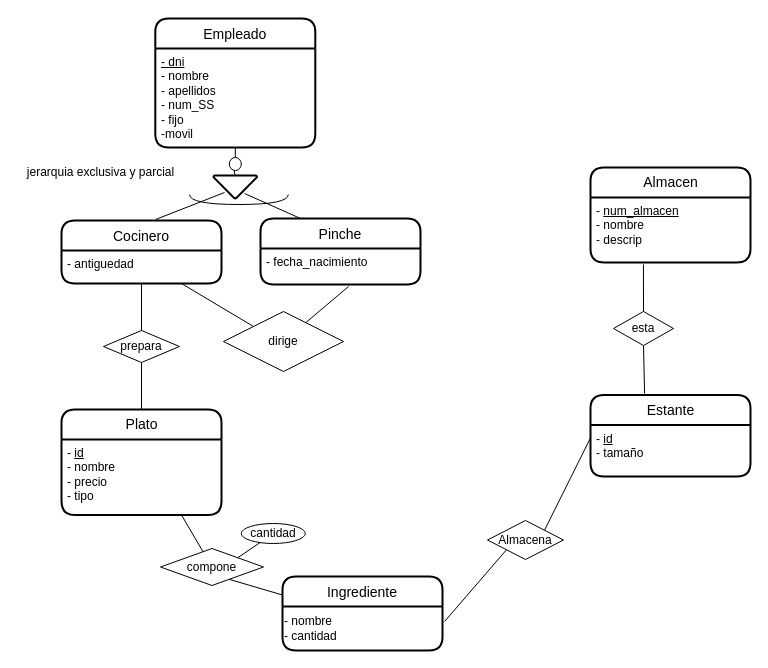
Above: ex13.drawio in JuanMarinG/TA12_MYSQL (draw.io), before the change. Source tidied: cells renumbered, new cells numbered last; positions are measured from the earlier drawing's top-left corner, leaving out a move shared by most shapes. Both pictures are drawn from the tidied source at 100%, with x=0, y=0 at pixel (17, 18).
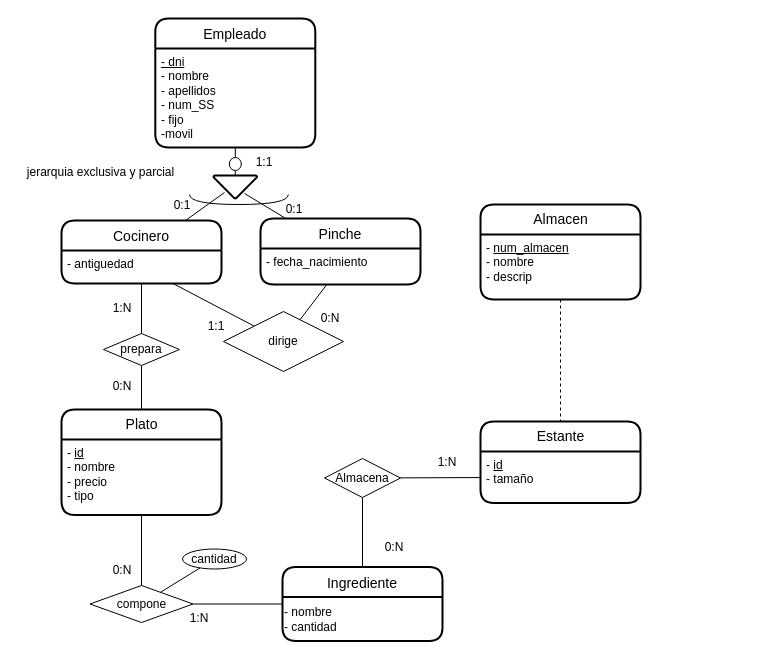
Above is the later version.

The change refers to these unchanged cells:
```xml
<mxCell id="3" value="&lt;u&gt;- dni&lt;/u&gt;&lt;br&gt;- nombre&lt;br&gt;- apellidos&lt;br&gt;- num_SS&lt;br&gt;- fijo&lt;br&gt;-movil" style="align=left;strokeColor=none;fillColor=none;spacingLeft=4;fontSize=12;verticalAlign=top;fontStyle=0;html=1;" parent="2" vertex="1">
  <mxGeometry y="30" width="160" height="99" as="geometry" />
</mxCell>
<mxCell id="4" value="Cocinero" style="swimlane;horizontal=1;startSize=30;rounded=1;fontSize=14;fontStyle=0;strokeWidth=2;shadow=0;dashed=0;align=center;" parent="1" vertex="1">
  <mxGeometry x="44" y="202" width="160" height="63" as="geometry" />
</mxCell>
<mxCell id="5" value="- antiguedad" style="align=left;strokeColor=none;fillColor=none;spacingLeft=4;fontSize=12;verticalAlign=top;" parent="4" vertex="1">
  <mxGeometry y="30" width="160" height="33" as="geometry" />
</mxCell>
<mxCell id="6" value="Pinche" style="swimlane;horizontal=1;startSize=30;rounded=1;fontSize=14;fontStyle=0;strokeWidth=2;shadow=0;dashed=0;align=center;" parent="1" vertex="1">
  <mxGeometry x="243" y="200" width="160" height="66" as="geometry" />
</mxCell>
<mxCell id="7" value="- fecha_nacimiento" style="align=left;strokeColor=none;fillColor=none;spacingLeft=4;fontSize=12;verticalAlign=top;" parent="6" vertex="1">
  <mxGeometry y="30" width="160" height="36" as="geometry" />
</mxCell>
<mxCell id="10" style="strokeWidth=2;html=1;shape=mxgraph.flowchart.merge_or_storage;whiteSpace=wrap;" parent="1" vertex="1">
  <mxGeometry x="196" y="157" width="43.5" height="23" as="geometry" />
</mxCell>
<mxCell id="12" style="verticalLabelPosition=bottom;verticalAlign=top;html=1;shape=mxgraph.flowchart.on-page_reference;" parent="1" vertex="1">
  <mxGeometry x="211.8" y="139" width="12" height="13" as="geometry" />
</mxCell>
<mxCell id="17" value="&lt;div&gt;- nombre&lt;/div&gt;&lt;div&gt;- cantidad&lt;br&gt;&lt;/div&gt;" style="text;html=1;align=left;verticalAlign=middle;points=[];strokeColor=none;fillColor=none;" parent="16" vertex="1">
  <mxGeometry y="30" width="160" height="44" as="geometry" />
</mxCell>
<mxCell id="18" value="Plato" style="swimlane;horizontal=1;startSize=30;rounded=1;fontSize=14;fontStyle=0;strokeWidth=2;shadow=0;dashed=0;align=center;html=1;" parent="1" vertex="1">
  <mxGeometry x="44" y="391" width="160" height="105.5" as="geometry" />
</mxCell>
<mxCell id="19" value="&lt;div&gt;- &lt;u&gt;id&lt;/u&gt;&lt;/div&gt;&lt;div&gt;- nombre&lt;/div&gt;&lt;div&gt;- precio&lt;/div&gt;&lt;div&gt;- tipo&lt;br&gt;&lt;/div&gt;" style="align=left;strokeColor=none;fillColor=none;spacingLeft=4;fontSize=12;verticalAlign=top;html=1;" parent="18" vertex="1">
  <mxGeometry y="30" width="160" height="75.5" as="geometry" />
</mxCell>
<mxCell id="23" value="&lt;div&gt;- &lt;u&gt;num_almacen&lt;/u&gt;&lt;/div&gt;&lt;div&gt;- nombre&lt;/div&gt;&lt;div&gt;- descrip&lt;br&gt;&lt;/div&gt;" style="align=left;strokeColor=none;fillColor=none;spacingLeft=4;fontSize=12;verticalAlign=top;html=1;" parent="22" vertex="1">
  <mxGeometry y="30" width="160" height="65" as="geometry" />
</mxCell>
<mxCell id="25" value="&lt;div&gt;- &lt;u&gt;id&lt;/u&gt;&lt;/div&gt;&lt;div&gt;- tamaño&lt;br&gt;&lt;/div&gt;" style="align=left;strokeColor=none;fillColor=none;spacingLeft=4;fontSize=12;verticalAlign=top;html=1;" parent="24" vertex="1">
  <mxGeometry y="30" width="160" height="51.5" as="geometry" />
</mxCell>
<mxCell id="28" value="dirige" style="shape=rhombus;perimeter=rhombusPerimeter;whiteSpace=wrap;html=1;align=center;" parent="1" vertex="1">
  <mxGeometry x="206" y="293" width="120" height="60" as="geometry" />
</mxCell>
```

What changed in the source:
```diff
@@
-    <mxCell id="8" style="endArrow=none;html=1;rounded=0;exitX=0.4;exitY=1.01;exitDx=0;exitDy=0;exitPerimeter=0;entryX=0.5;entryY=0;entryDx=0;entryDy=0;entryPerimeter=0;startArrow=none;" parent="1" edge="1" source="12" target="10">
+    <mxCell id="8" style="endArrow=none;html=1;rounded=0;entryX=0.5;entryY=0;entryDx=0;entryDy=0;entryPerimeter=0;startArrow=none;" parent="1" edge="1" source="12" target="10">
       <mxGeometry relative="1" as="geometry" />
     </mxCell>
-    <mxCell id="9" style="endArrow=none;html=1;rounded=0;exitX=0.588;exitY=-0.016;exitDx=0;exitDy=0;exitPerimeter=0;entryX=0.253;entryY=0.739;entryDx=0;entryDy=0;entryPerimeter=0;" parent="1" edge="1" source="4" target="10">
+    <mxCell id="9" style="endArrow=none;html=1;rounded=0;entryX=0.253;entryY=0.739;entryDx=0;entryDy=0;entryPerimeter=0;" parent="1" edge="1" source="4" target="10">
       <mxGeometry relative="1" as="geometry" />
     </mxCell>
@@
-    <mxCell id="11" style="endArrow=none;html=1;rounded=0;exitX=0.713;exitY=0.783;exitDx=0;exitDy=0;exitPerimeter=0;entryX=0.25;entryY=0;entryDx=0;entryDy=0;" parent="1" edge="1" source="10" target="6">
+    <mxCell id="11" style="endArrow=none;html=1;rounded=0;exitX=0.713;exitY=0.783;exitDx=0;exitDy=0;exitPerimeter=0;" parent="1" edge="1" source="10" target="6">
       <mxGeometry relative="1" as="geometry" />
     </mxCell>
@@
-    <mxCell id="13" style="endArrow=none;html=1;rounded=0;exitX=0.5;exitY=1;exitDx=0;exitDy=0;entryX=0.5;entryY=0;entryDx=0;entryDy=0;entryPerimeter=0;" parent="1" edge="1" source="3" target="12">
+    <mxCell id="13" style="endArrow=none;html=1;rounded=0;" parent="1" edge="1" source="3" target="12">
       <mxGeometry relative="1" as="geometry" />
     </mxCell>
@@
     <mxCell id="16" value="Ingrediente" style="swimlane;horizontal=1;startSize=30;rounded=1;fontSize=14;fontStyle=0;strokeWidth=2;shadow=0;dashed=0;align=center;" parent="1" vertex="1">
-      <mxGeometry x="265" y="558" width="160" height="74" as="geometry" />
+      <mxGeometry x="265" y="548.5" width="160" height="74" as="geometry" />
     </mxCell>
@@
-    <mxCell id="20" style="endArrow=none;html=1;rounded=0;exitX=0.5;exitY=1;exitDx=0;exitDy=0;" parent="1" edge="1" source="5" target="18">
+    <mxCell id="20" style="endArrow=none;html=1;rounded=0;" parent="1" edge="1" source="21" target="18">
       <mxGeometry relative="1" as="geometry" />
     </mxCell>
     <mxCell id="21" value="prepara" style="shape=rhombus;perimeter=rhombusPerimeter;whiteSpace=wrap;html=1;align=center;" parent="1" vertex="1">
-      <mxGeometry x="86" y="312" width="76" height="32" as="geometry" />
+      <mxGeometry x="86" y="315" width="76" height="32" as="geometry" />
     </mxCell>
     <mxCell id="22" value="Almacen" style="swimlane;horizontal=1;startSize=30;rounded=1;fontSize=14;fontStyle=0;strokeWidth=2;shadow=0;dashed=0;align=center;html=1;" parent="1" vertex="1">
-      <mxGeometry x="573" y="149" width="160" height="95" as="geometry" />
+      <mxGeometry x="463" y="186" width="160" height="95" as="geometry" />
     </mxCell>
@@
     <mxCell id="24" value="Estante" style="swimlane;horizontal=1;startSize=30;rounded=1;fontSize=14;fontStyle=0;strokeWidth=2;shadow=0;dashed=0;align=center;html=1;" parent="1" vertex="1">
-      <mxGeometry x="573" y="376.5" width="160" height="81.5" as="geometry" />
+      <mxGeometry x="463" y="403" width="160" height="81.5" as="geometry" />
     </mxCell>
@@
-    <mxCell id="26" style="endArrow=none;html=1;rounded=0;exitX=0.75;exitY=1;exitDx=0;exitDy=0;entryX=0;entryY=0;entryDx=0;entryDy=0;" parent="1" edge="1" source="5" target="28">
+    <mxCell id="26" style="endArrow=none;html=1;rounded=0;" parent="1" edge="1" source="5" target="28">
       <mxGeometry relative="1" as="geometry" />
     </mxCell>
-    <mxCell id="27" style="endArrow=none;html=1;rounded=0;exitX=0.55;exitY=1.056;exitDx=0;exitDy=0;exitPerimeter=0;" parent="1" edge="1" source="7" target="28">
+    <mxCell id="27" style="endArrow=none;html=1;rounded=0;" parent="1" edge="1" source="7" target="28">
       <mxGeometry relative="1" as="geometry" />
     </mxCell>
@@
-    <mxCell id="29" style="endArrow=none;html=1;rounded=0;exitX=1;exitY=0;exitDx=0;exitDy=0;entryX=0;entryY=0.25;entryDx=0;entryDy=0;startArrow=none;" parent="1" edge="1" source="34" target="25">
+    <mxCell id="29" style="endArrow=none;html=1;rounded=0;startArrow=none;" parent="1" edge="1" source="34" target="25">
       <mxGeometry relative="1" as="geometry" />
     </mxCell>
-    <mxCell id="30" style="endArrow=none;html=1;rounded=0;entryX=0;entryY=0.25;entryDx=0;entryDy=0;exitX=0.75;exitY=1;exitDx=0;exitDy=0;startArrow=none;" parent="1" edge="1" source="32" target="16">
+    <mxCell id="30" style="endArrow=none;html=1;rounded=0;startArrow=none;" parent="1" edge="1" source="32" target="16">
       <mxGeometry relative="1" as="geometry" />
     </mxCell>
-    <mxCell id="31" style="endArrow=none;html=1;rounded=0;exitX=0.5;exitY=1;exitDx=0;exitDy=0;entryX=0.338;entryY=-0.017;entryDx=0;entryDy=0;entryPerimeter=0;startArrow=none;" parent="1" edge="1" source="36" target="24">
+    <mxCell id="31" style="endArrow=none;html=1;rounded=0;startArrow=none;dashed=1;" parent="1" edge="1" source="23" target="24">
       <mxGeometry relative="1" as="geometry" />
     </mxCell>
     <mxCell id="32" value="compone" style="shape=rhombus;perimeter=rhombusPerimeter;whiteSpace=wrap;html=1;align=center;" parent="1" vertex="1">
-      <mxGeometry x="143" y="530" width="103" height="37" as="geometry" />
+      <mxGeometry x="72.5" y="567" width="103" height="37" as="geometry" />
     </mxCell>
-    <mxCell id="33" style="endArrow=none;html=1;rounded=0;exitX=0.75;exitY=1;exitDx=0;exitDy=0;" parent="1" edge="1" source="19" target="32">
+    <mxCell id="33" style="endArrow=none;html=1;rounded=0;" parent="1" edge="1" source="19" target="32">
       <mxGeometry relative="1" as="geometry" />
     </mxCell>
     <mxCell id="34" value="Almacena" style="shape=rhombus;perimeter=rhombusPerimeter;whiteSpace=wrap;html=1;align=center;" parent="1" vertex="1">
-      <mxGeometry x="470" y="502" width="76" height="39" as="geometry" />
+      <mxGeometry x="307" y="440" width="76" height="39" as="geometry" />
     </mxCell>
-    <mxCell id="35" style="endArrow=none;html=1;rounded=0;exitX=1.013;exitY=0.341;exitDx=0;exitDy=0;exitPerimeter=0;entryX=0;entryY=1;entryDx=0;entryDy=0;" parent="1" edge="1" source="17" target="34">
+    <mxCell id="35" style="endArrow=none;html=1;rounded=0;" parent="1" edge="1" source="16" target="34">
       <mxGeometry relative="1" as="geometry" />
     </mxCell>
-    <mxCell id="36" value="esta" style="shape=rhombus;perimeter=rhombusPerimeter;whiteSpace=wrap;html=1;align=center;" parent="1" vertex="1">
-      <mxGeometry x="596" y="293" width="60" height="34" as="geometry" />
-    </mxCell>
-    <mxCell id="37" style="endArrow=none;html=1;rounded=0;exitX=0.331;exitY=1.031;exitDx=0;exitDy=0;exitPerimeter=0;entryX=0.5;entryY=0;entryDx=0;entryDy=0;" parent="1" edge="1" source="23" target="36">
-      <mxGeometry relative="1" as="geometry" />
-    </mxCell>
-    <mxCell id="38" style="endArrow=none;html=1;rounded=0;exitX=1;exitY=0;exitDx=0;exitDy=0;" parent="1" edge="1" source="32" target="39">
+    <mxCell id="38" style="endArrow=none;html=1;rounded=0;" parent="1" edge="1" source="32" target="39">
       <mxGeometry relative="1" as="geometry" />
     </mxCell>
     <mxCell id="39" value="cantidad" style="ellipse;whiteSpace=wrap;html=1;align=center;" parent="1" vertex="1">
-      <mxGeometry x="223.8" y="505" width="64" height="20" as="geometry" />
+      <mxGeometry x="165" y="530.5" width="64" height="20" as="geometry" />
     </mxCell>
+    <mxCell id="40" style="endArrow=none;html=1;rounded=0;" parent="1" edge="1" source="5" target="21">
+      <mxGeometry relative="1" as="geometry" />
+    </mxCell>
+    <mxCell id="41" value="0:N" style="text;html=1;strokeColor=none;fillColor=none;align=center;verticalAlign=middle;whiteSpace=wrap;rounded=0;" parent="1" vertex="1">
+      <mxGeometry x="75" y="537" width="60" height="30" as="geometry" />
+    </mxCell>
+    <mxCell id="42" value="1:N" style="text;html=1;strokeColor=none;fillColor=none;align=center;verticalAlign=middle;whiteSpace=wrap;rounded=0;" parent="1" vertex="1">
+      <mxGeometry x="151.8" y="585" width="60" height="30" as="geometry" />
+    </mxCell>
+    <mxCell id="43" value="1:1" style="text;html=1;strokeColor=none;fillColor=none;align=center;verticalAlign=middle;whiteSpace=wrap;rounded=0;" parent="1" vertex="1">
+      <mxGeometry x="169" y="293" width="60" height="30" as="geometry" />
+    </mxCell>
+    <mxCell id="44" value="1:N" style="text;html=1;strokeColor=none;fillColor=none;align=center;verticalAlign=middle;whiteSpace=wrap;rounded=0;" parent="1" vertex="1">
+      <mxGeometry x="75" y="275" width="60" height="30" as="geometry" />
+    </mxCell>
+    <mxCell id="45" value="0:N" style="text;html=1;strokeColor=none;fillColor=none;align=center;verticalAlign=middle;whiteSpace=wrap;rounded=0;" parent="1" vertex="1">
+      <mxGeometry x="75" y="353" width="60" height="30" as="geometry" />
+    </mxCell>
+    <mxCell id="46" value="1:N" style="text;html=1;strokeColor=none;fillColor=none;align=center;verticalAlign=middle;whiteSpace=wrap;rounded=0;" parent="1" vertex="1">
+      <mxGeometry x="400" y="428.8" width="60" height="30" as="geometry" />
+    </mxCell>
+    <mxCell id="47" value="0:N" style="text;html=1;strokeColor=none;fillColor=none;align=center;verticalAlign=middle;whiteSpace=wrap;rounded=0;" parent="1" vertex="1">
+      <mxGeometry x="347" y="514" width="60" height="30" as="geometry" />
+    </mxCell>
+    <mxCell id="48" value="0:N" style="text;html=1;strokeColor=none;fillColor=none;align=center;verticalAlign=middle;whiteSpace=wrap;rounded=0;" parent="1" vertex="1">
+      <mxGeometry x="283" y="285" width="60" height="30" as="geometry" />
+    </mxCell>
+    <mxCell id="49" value="0:1" style="text;html=1;strokeColor=none;fillColor=none;align=center;verticalAlign=middle;whiteSpace=wrap;rounded=0;" parent="1" vertex="1">
+      <mxGeometry x="135" y="172" width="60" height="30" as="geometry" />
+    </mxCell>
+    <mxCell id="50" value="0:1" style="text;html=1;strokeColor=none;fillColor=none;align=center;verticalAlign=middle;whiteSpace=wrap;rounded=0;" parent="1" vertex="1">
+      <mxGeometry x="247" y="176" width="60" height="30" as="geometry" />
+    </mxCell>
+    <mxCell id="51" value="1:1" style="text;html=1;strokeColor=none;fillColor=none;align=center;verticalAlign=middle;whiteSpace=wrap;rounded=0;" parent="1" vertex="1">
+      <mxGeometry x="217" y="129" width="60" height="30" as="geometry" />
+    </mxCell>
```
